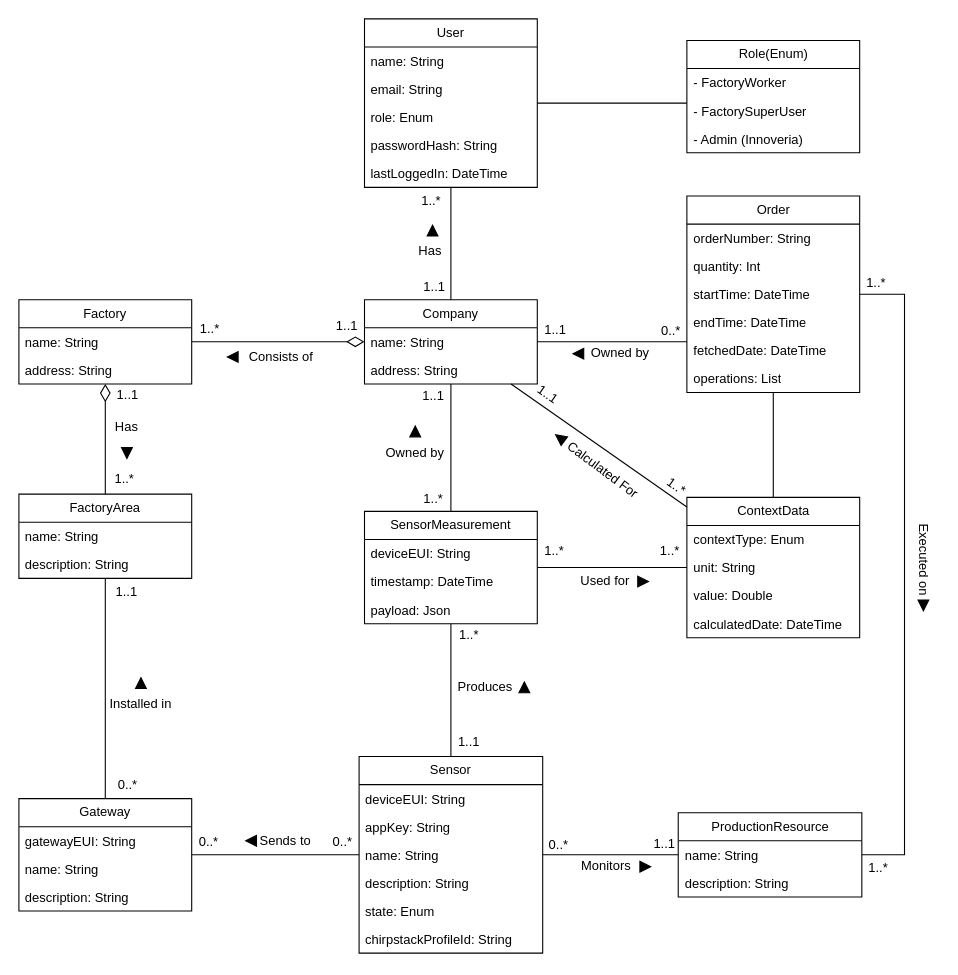
Earlier version of the draw.io diagram docs/UML/domain_model_v4.drawio (magnusdybdal-snd/innoveria-iot). Source tidied: cells renumbered, new cells numbered last; positions are measured from the earlier drawing's top-left corner, leaving out a move shared by most shapes. Both pictures are drawn from the tidied source at 108%, with x=0, y=0 at pixel (18, 18).
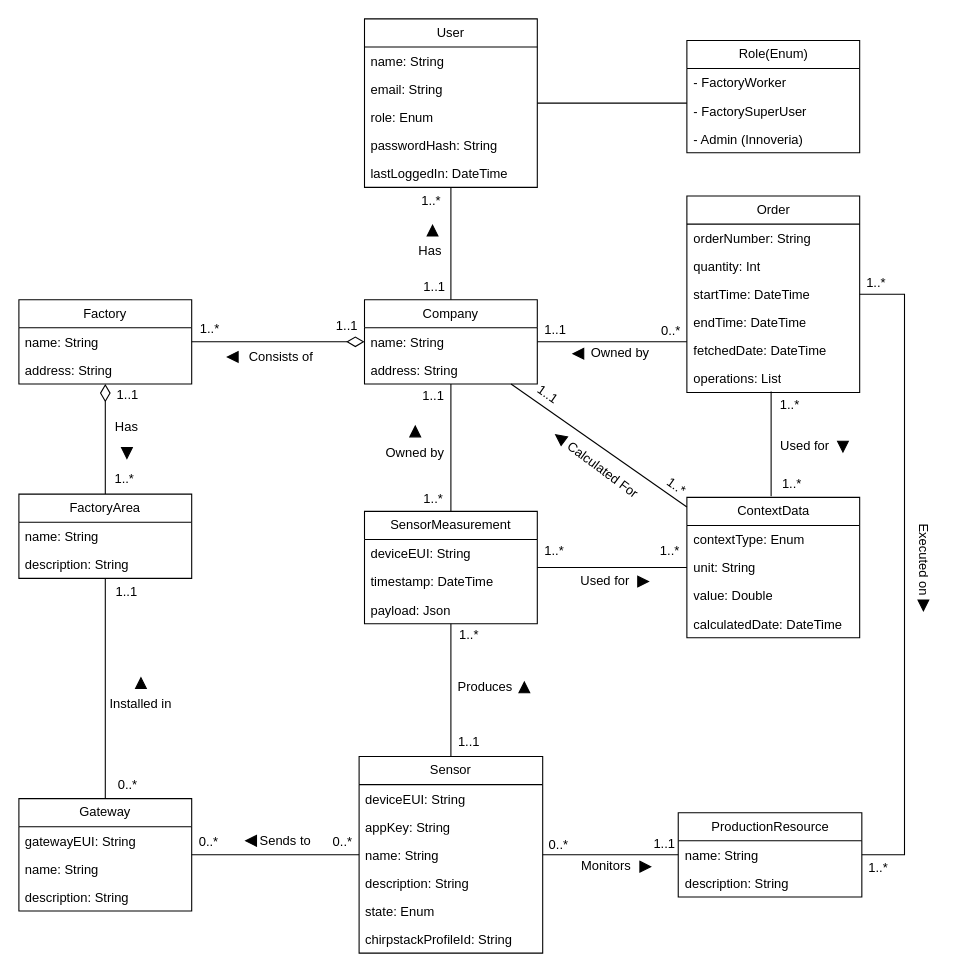
The same page after the edit.

Commit message (it also covers changes not shown here):
docs: fix missing arrow

Unchanged cells that the change refers to:
```xml
<mxCell id="30" value="Order" style="swimlane;fontStyle=0;horizontal=1;startSize=26;fillColor=none;whiteSpace=wrap;html=1;" parent="1" vertex="1">
  <mxGeometry x="618.5" y="164" width="160" height="182" as="geometry" />
</mxCell>
<mxCell id="51" value="ContextData" style="swimlane;fontStyle=0;horizontal=1;startSize=26;fillColor=none;whiteSpace=wrap;html=1;" parent="1" vertex="1">
  <mxGeometry x="618.5" y="443" width="160" height="130" as="geometry" />
</mxCell>
```

The edit, as a diff of the source:
```diff
@@
-    <mxCell id="49" style="edgeStyle=orthogonalEdgeStyle;rounded=0;jettySize=auto;html=1;endArrow=none;endFill=0;" parent="1" edge="1" source="51" target="30">
-      <mxGeometry relative="1" as="geometry" />
+    <mxCell id="49" style="edgeStyle=orthogonalEdgeStyle;rounded=0;orthogonalLoop=1;jettySize=auto;html=1;endArrow=none;endFill=0;" parent="1" edge="1">
+      <mxGeometry relative="1" as="geometry">
+        <mxPoint x="696.5" y="442" as="sourcePoint" />
+        <mxPoint x="696.5" y="345" as="targetPoint" />
+      </mxGeometry>
     </mxCell>
@@
+    <mxCell id="113" value="1..*" style="text;html=1;whiteSpace=wrap;strokeColor=none;fillColor=none;align=center;verticalAlign=middle;rounded=0;" parent="1" vertex="1">
+      <mxGeometry x="686" y="416" width="60" height="30" as="geometry" />
+    </mxCell>
+    <mxCell id="114" value="1..*" style="text;html=1;whiteSpace=wrap;strokeColor=none;fillColor=none;align=center;verticalAlign=middle;rounded=0;" parent="1" vertex="1">
+      <mxGeometry x="684" y="343" width="60" height="30" as="geometry" />
+    </mxCell>
+    <mxCell id="115" value="Used for" style="text;html=1;whiteSpace=wrap;strokeColor=none;fillColor=none;align=center;verticalAlign=middle;rounded=0;" parent="1" vertex="1">
+      <mxGeometry x="698" y="381" width="60" height="30" as="geometry" />
+    </mxCell>
+    <mxCell id="116" style="triangle;whiteSpace=wrap;html=1;rotation=90;fillStyle=solid;fillColor=light-dark(#000000,#000000);" parent="1" vertex="1">
+      <mxGeometry x="758" y="391" width="10" height="10" as="geometry" />
+    </mxCell>
```
